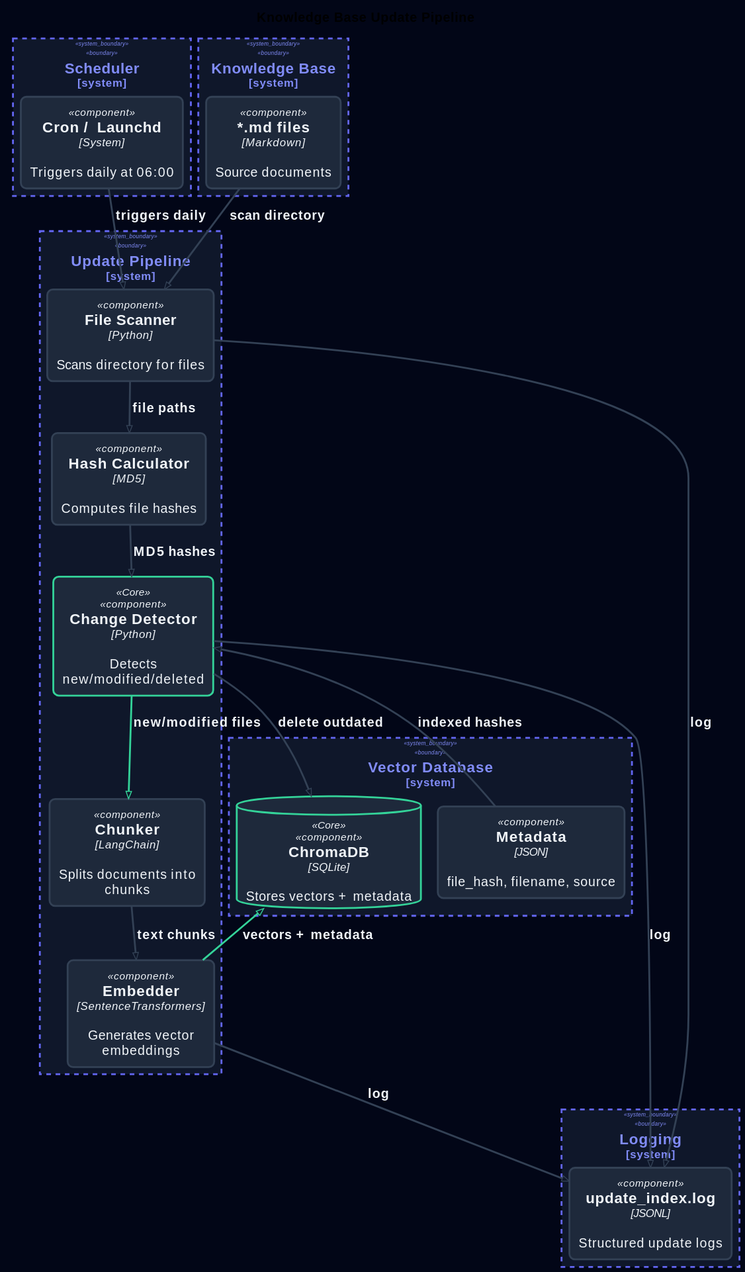
This is docs/diagrams/img/update_pipeline.svg from agredyaev/architecture-pro-quantum-forge, a PlantUML export, as it was before one commit.
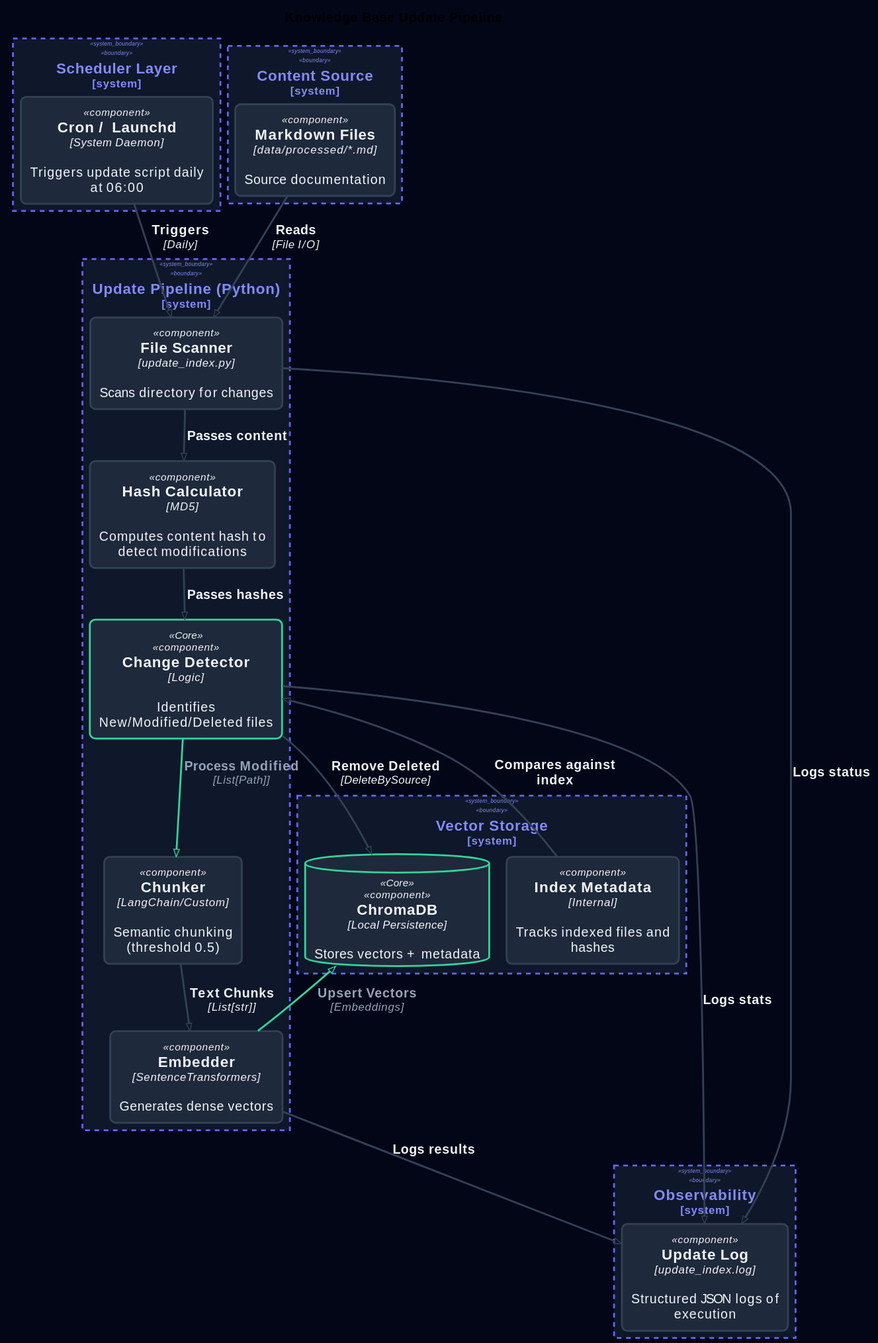
The same file after the commit.

Change to the diagram source:
```diff
@@ -6,44 +6,49 @@
 title Knowledge Base Update Pipeline
 
 AddElementTag("Core", $borderColor=C_EMERALD400, $fontColor=C_TEXT)
-AddRelTag("MainFlow", $lineColor=C_EMERALD400)
+AddRelTag("MainFlow", $lineColor=C_EMERALD400, $textColor=C_MUTED)
 
-System_Boundary(scheduler, "Scheduler") {
-    Component(cron, "Cron / Launchd", "System", "Triggers daily at 06:00")
+System_Boundary(scheduler, "Scheduler Layer") {
+    Component(cron, "Cron / Launchd", "System Daemon", "Triggers update script daily at 06:00")
 }
 
-System_Boundary(source, "Knowledge Base") {
-    Component(files, "*.md files", "Markdown", "Source documents")
+System_Boundary(source, "Content Source") {
+    Component(files, "Markdown Files", "data/processed/*.md", "Source documentation")
 }
 
-System_Boundary(pipeline, "Update Pipeline") {
-    Component(scanner, "File Scanner", "Python", "Scans directory for files")
-    Component(hasher, "Hash Calculator", "MD5", "Computes file hashes")
-    Component(detector, "Change Detector", "Python", "Detects new/modified/deleted", $tags="Core")
-    Component(chunker, "Chunker", "LangChain", "Splits documents into chunks")
-    Component(embedder, "Embedder", "SentenceTransformers", "Generates vector embeddings")
+System_Boundary(pipeline, "Update Pipeline (Python)") {
+    Component(scanner, "File Scanner", "update_index.py", "Scans directory for changes")
+    Component(hasher, "Hash Calculator", "MD5", "Computes content hash to detect modifications")
+
+    Component(detector, "Change Detector", "Logic", "Identifies New/Modified/Deleted files", $tags="Core")
+
+    Component(chunker, "Chunker", "LangChain/Custom", "Semantic chunking (threshold 0.5)")
+    Component(embedder, "Embedder", "SentenceTransformers", "Generates dense vectors")
 }
 
-System_Boundary(vectordb, "Vector Database") {
-    ComponentDb(chroma, "ChromaDB", "SQLite", "Stores vectors + metadata", $tags="Core")
-    Component(metadata, "Metadata", "JSON", "file_hash, filename, source")
+System_Boundary(vectordb, "Vector Storage") {
+    ComponentDb(chroma, "ChromaDB", "Local Persistence", "Stores vectors + metadata", $tags="Core")
+    Component(metadata, "Index Metadata", "Internal", "Tracks indexed files and hashes")
 }
 
-System_Boundary(logging_area, "Logging") {
-    Component(logfile, "update_index.log", "JSONL", "Structured update logs")
+System_Boundary(logging_area, "Observability") {
+    Component(logfile, "Update Log", "update_index.log", "Structured JSON logs of execution")
 }
 
-Rel(cron, scanner, "triggers daily")
-Rel(files, scanner, "scan directory")
-Rel(scanner, hasher, "file paths")
-Rel(hasher, detector, "MD5 hashes")
-Rel(metadata, detector, "indexed hashes")
-Rel(detector, chunker, "new/modified files", $tags="MainFlow")
-Rel(detector, chroma, "delete outdated")
-Rel(chunker, embedder, "text chunks")
-Rel(embedder, chroma, "vectors + metadata", $tags="MainFlow")
+Rel(cron, scanner, "Triggers", "Daily")
+Rel(files, scanner, "Reads", "File I/O")
 
-Rel(scanner, logfile, "log")
-Rel(detector, logfile, "log")
-Rel(embedder, logfile, "log")
+Rel(scanner, hasher, "Passes content")
+Rel(hasher, detector, "Passes hashes")
+Rel(metadata, detector, "Compares against index")
+
+Rel(detector, chunker, "Process Modified", "List[Path]", $tags="MainFlow")
+Rel(detector, chroma, "Remove Deleted", "DeleteBySource")
+
+Rel(chunker, embedder, "Text Chunks", "List[str]")
+Rel(embedder, chroma, "Upsert Vectors", "Embeddings", $tags="MainFlow")
+
+Rel(scanner, logfile, "Logs status")
+Rel(detector, logfile, "Logs stats")
+Rel(embedder, logfile, "Logs results")
 @enduml
```
